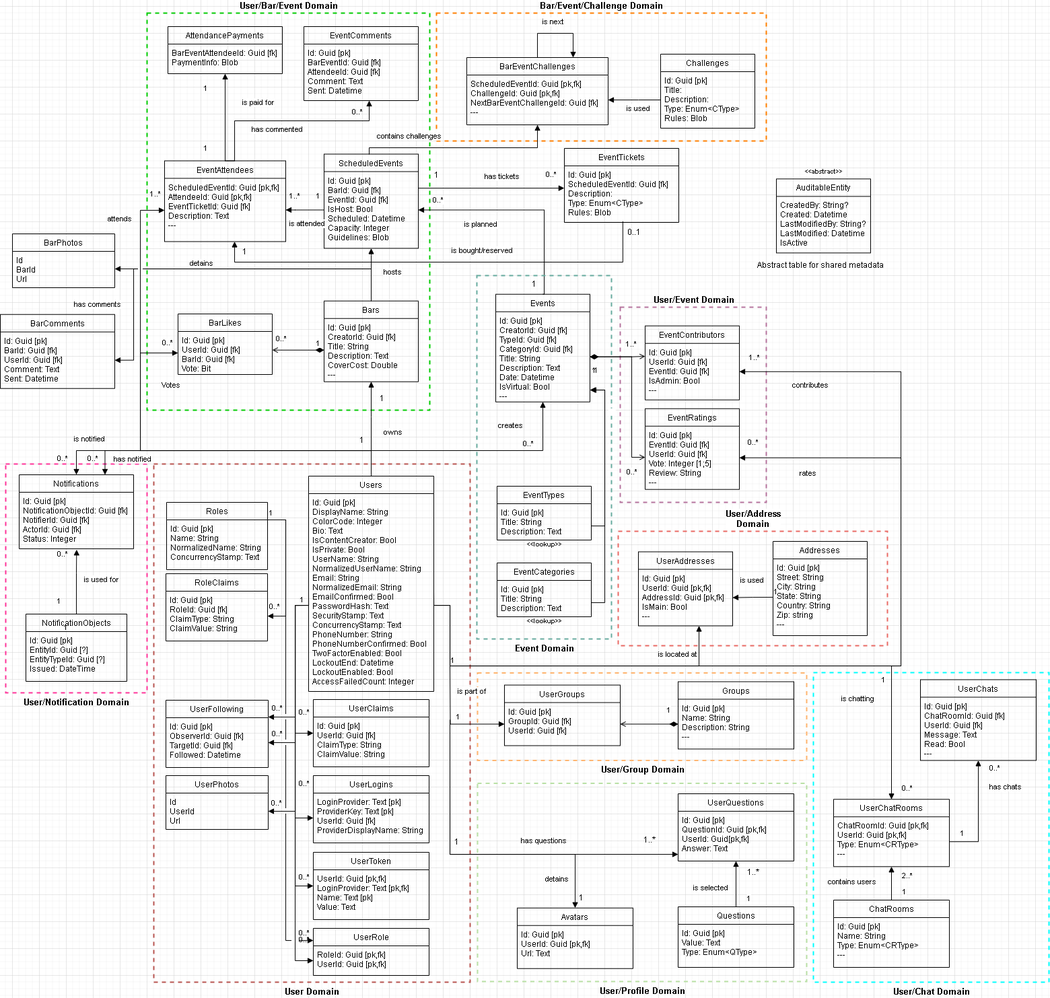
Super0silveR/DowntownApp-CAPSTONE keeps this draw.io diagram as Documentation/Diagrams/Domain/class_uml.drawio.png. Above is the earlier version. Source tidied: cells renumbered, new cells last; positions are measured from the earlier drawing's top-left corner, leaving out a move shared by most shapes.
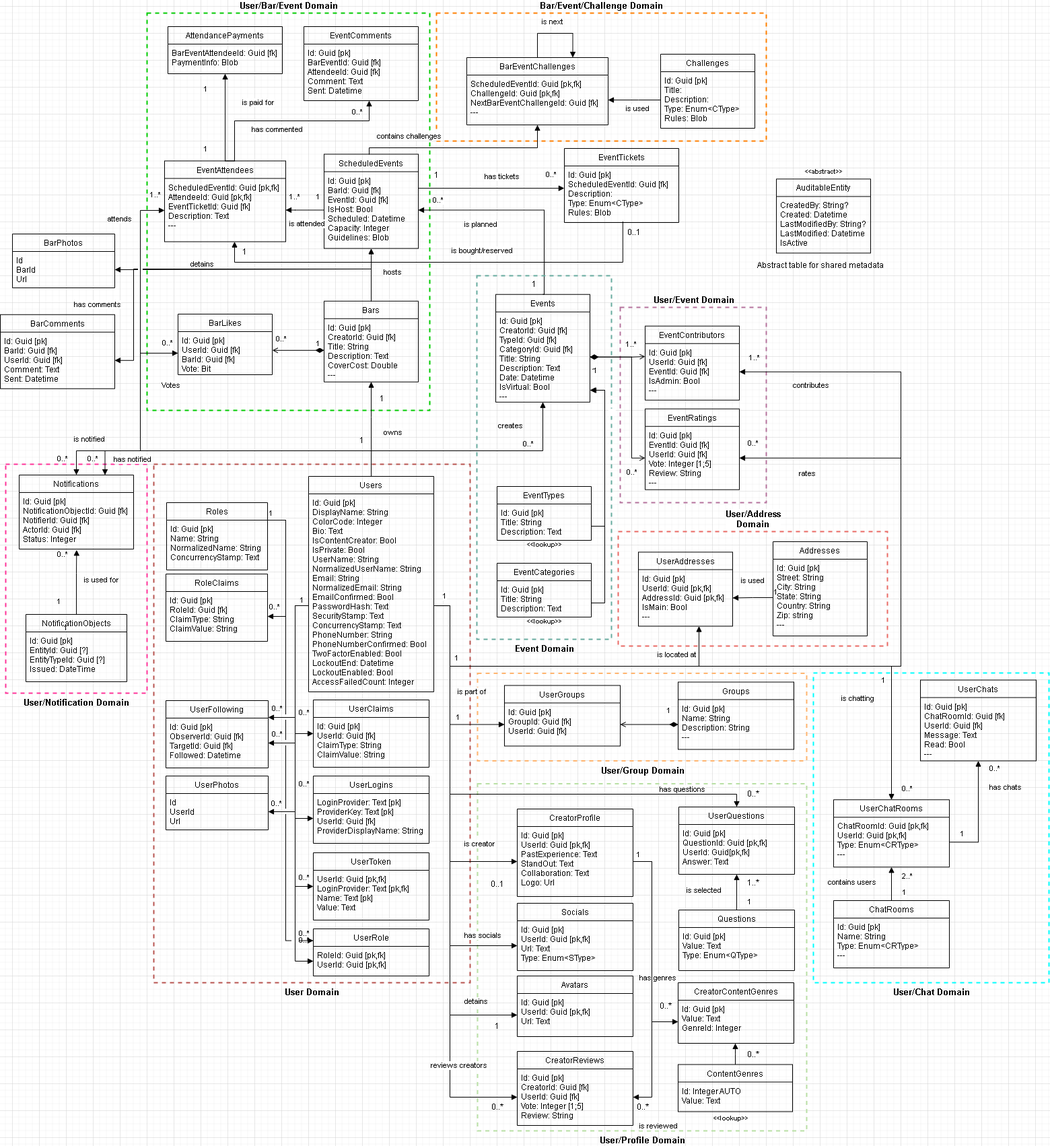
The same file after the commit.

Commit message:
addition to the database schema to acommodate more complete creator profiles.

The edit, as a diff of the source:
```diff
@@ -119,7 +119,7 @@
       <mxGeometry x="918" y="770" width="400" height="170" as="geometry" />
     </mxCell>
     <mxCell id="24" value="&lt;b&gt;&lt;font style=&quot;font-size: 13px;&quot;&gt;User/Profile Domain&lt;/font&gt;&lt;/b&gt;" style="verticalLabelPosition=bottom;verticalAlign=top;html=1;shape=mxgraph.basic.rect;fillColor2=none;strokeWidth=2;size=20;indent=5;fillColor=none;dashed=1;strokeColor=#B9E0A5;" parent="1" vertex="1">
-      <mxGeometry x="709" y="1144.5" width="489" height="294.5" as="geometry" />
+      <mxGeometry x="709" y="1144.5" width="489" height="515.5" as="geometry" />
     </mxCell>
     <mxCell id="25" value="&lt;b&gt;&lt;font style=&quot;font-size: 13px;&quot;&gt;User/Group Domain&lt;/font&gt;&lt;/b&gt;" style="verticalLabelPosition=bottom;verticalAlign=top;html=1;shape=mxgraph.basic.rect;fillColor2=none;strokeWidth=2;size=20;indent=5;fillColor=none;dashed=1;strokeColor=#FFB570;" parent="1" vertex="1">
       <mxGeometry x="709" y="980.5" width="489" height="130" as="geometry" />
@@ -514,25 +514,30 @@
     <mxCell id="117" value="is part of" style="endArrow=block;endFill=1;html=1;edgeStyle=orthogonalEdgeStyle;align=left;verticalAlign=top;rounded=0;entryX=0;entryY=0.5;entryDx=0;entryDy=0;" parent="1" edge="1" target="115">
       <mxGeometry x="-0.71" y="10" relative="1" as="geometry">
         <mxPoint x="668" y="970" as="sourcePoint" />
+        <Array as="points">
+          <mxPoint x="668" y="1057" />
+        </Array>
       </mxGeometry>
     </mxCell>
     <mxCell id="118" value="1" style="edgeLabel;html=1;align=left;verticalAlign=bottom;" parent="117" vertex="1">
-      <mxGeometry x="-1" relative="1" as="geometry" />
+      <mxGeometry x="-1" relative="1" as="geometry">
+        <mxPoint x="6" y="-4" as="offset" />
+      </mxGeometry>
     </mxCell>
     <mxCell id="119" value="UserQuestions" style="swimlane;fontStyle=0;horizontal=1;startSize=26;fillColor=none;labelBackgroundColor=none;" parent="1" vertex="1">
-      <mxGeometry x="1007" y="1160" width="172" height="100" as="geometry" />
+      <mxGeometry x="1008" y="1179" width="172" height="100" as="geometry" />
     </mxCell>
     <mxCell id="120" value="Id: Guid [pk]&#10;QuestionId: Guid [pk,fk]&#10;UserId: Guid[pk,fk]&#10;Answer: Text" style="text;strokeColor=none;fillColor=none;align=left;verticalAlign=top;spacingLeft=4;spacingRight=4;overflow=hidden;points=[[0,0.5],[1,0.5]];portConstraint=eastwest;labelBackgroundColor=none;" parent="119" vertex="1">
       <mxGeometry y="26" width="172" height="74" as="geometry" />
     </mxCell>
     <mxCell id="121" value="Questions" style="swimlane;fontStyle=0;horizontal=1;startSize=26;fillColor=none;labelBackgroundColor=none;" parent="1" vertex="1">
-      <mxGeometry x="1007" y="1328" width="172" height="90" as="geometry" />
+      <mxGeometry x="1008" y="1332" width="172" height="90" as="geometry" />
     </mxCell>
     <mxCell id="122" value="Id: Guid [pk]&#10;Value: Text&#10;Type: Enum&lt;QType&gt;" style="text;strokeColor=none;fillColor=none;align=left;verticalAlign=top;spacingLeft=4;spacingRight=4;overflow=hidden;labelBackgroundColor=none;" parent="121" vertex="1">
       <mxGeometry y="26" width="172" height="64" as="geometry" />
     </mxCell>
     <mxCell id="123" value="is selected" style="endArrow=block;endFill=1;html=1;edgeStyle=orthogonalEdgeStyle;align=left;verticalAlign=top;rounded=0;exitX=0.5;exitY=0;exitDx=0;exitDy=0;" parent="1" edge="1" source="121" target="119">
-      <mxGeometry x="0.2" y="65" relative="1" as="geometry" />
+      <mxGeometry x="0.58" y="76" relative="1" as="geometry" />
     </mxCell>
     <mxCell id="124" value="1" style="edgeLabel;html=1;align=left;verticalAlign=bottom;" parent="123" vertex="1">
       <mxGeometry x="-1" relative="1" as="geometry">
@@ -540,13 +545,14 @@
       </mxGeometry>
     </mxCell>
     <mxCell id="125" value="1..*" style="text;html=1;align=center;verticalAlign=middle;strokeColor=none;fillColor=none;" parent="1" vertex="1">
-      <mxGeometry x="1098" y="1262" width="40" height="30" as="geometry" />
+      <mxGeometry x="1098" y="1277" width="40" height="30" as="geometry" />
     </mxCell>
-    <mxCell id="126" value="has questions" style="endArrow=block;endFill=1;html=1;edgeStyle=orthogonalEdgeStyle;align=left;verticalAlign=top;rounded=0;" parent="1" edge="1" target="120">
-      <mxGeometry x="0.11" y="33" relative="1" as="geometry">
+    <mxCell id="126" value="has questions" style="endArrow=block;endFill=1;html=1;edgeStyle=orthogonalEdgeStyle;align=left;verticalAlign=top;rounded=0;entryX=0.5;entryY=0;entryDx=0;entryDy=0;" parent="1" edge="1" target="119">
+      <mxGeometry x="0.5" y="20" relative="1" as="geometry">
         <mxPoint x="668" y="1060" as="sourcePoint" />
         <Array as="points">
-          <mxPoint x="668" y="1250" />
+          <mxPoint x="668" y="1160" />
+          <mxPoint x="1094" y="1160" />
         </Array>
       </mxGeometry>
     </mxCell>
@@ -555,29 +561,28 @@
         <mxPoint x="8" y="-6" as="offset" />
       </mxGeometry>
     </mxCell>
-    <mxCell id="128" value="1..*" style="text;html=1;align=center;verticalAlign=middle;strokeColor=none;fillColor=none;" parent="1" vertex="1">
-      <mxGeometry x="944" y="1214" width="40" height="30" as="geometry" />
+    <mxCell id="128" value="0..*" style="text;html=1;align=center;verticalAlign=middle;strokeColor=none;fillColor=none;" parent="1" vertex="1">
+      <mxGeometry x="1098" y="1145" width="40" height="30" as="geometry" />
     </mxCell>
     <mxCell id="129" value="Avatars" style="swimlane;fontStyle=0;horizontal=1;startSize=26;fillColor=none;labelBackgroundColor=none;" parent="1" vertex="1">
-      <mxGeometry x="768" y="1329.8" width="172" height="90" as="geometry" />
+      <mxGeometry x="768" y="1430" width="172" height="90" as="geometry" />
     </mxCell>
     <mxCell id="130" value="Id: Guid [pk]&#10;UserId: Guid [pk,fk]&#10;Url: Text" style="text;strokeColor=none;fillColor=none;align=left;verticalAlign=top;spacingLeft=4;spacingRight=4;overflow=hidden;points=[[0,0.5],[1,0.5]];portConstraint=eastwest;labelBackgroundColor=none;" parent="129" vertex="1">
       <mxGeometry y="26" width="172" height="64" as="geometry" />
     </mxCell>
-    <mxCell id="131" value="detains" style="endArrow=block;endFill=1;html=1;edgeStyle=orthogonalEdgeStyle;align=left;verticalAlign=top;rounded=0;entryX=0.5;entryY=0;entryDx=0;entryDy=0;" parent="1" edge="1" target="129">
-      <mxGeometry x="0.76" y="-46" relative="1" as="geometry">
+    <mxCell id="131" value="detains" style="endArrow=block;endFill=1;html=1;edgeStyle=orthogonalEdgeStyle;align=left;verticalAlign=top;rounded=0;entryX=0;entryY=0.5;entryDx=0;entryDy=0;" parent="1" edge="1" target="130">
+      <mxGeometry x="0.51" y="20" relative="1" as="geometry">
         <mxPoint x="668" y="1050" as="sourcePoint" />
         <Array as="points">
-          <mxPoint x="668" y="1250" />
-          <mxPoint x="854" y="1250" />
+          <mxPoint x="668" y="1488" />
         </Array>
       </mxGeometry>
     </mxCell>
     <mxCell id="132" value="1" style="text;html=1;align=center;verticalAlign=middle;strokeColor=none;fillColor=none;" parent="1" vertex="1">
-      <mxGeometry x="848" y="1299.8" width="30" height="30" as="geometry" />
+      <mxGeometry x="723" y="1490" width="30" height="30" as="geometry" />
     </mxCell>
-    <mxCell id="133" value="1" style="text;html=1;align=center;verticalAlign=middle;strokeColor=none;fillColor=none;" parent="1" vertex="1">
-      <mxGeometry x="663" y="1217" width="30" height="30" as="geometry" />
+    <mxCell id="133" value="0..1" style="text;html=1;align=center;verticalAlign=middle;strokeColor=none;fillColor=none;" parent="1" vertex="1">
+      <mxGeometry x="718" y="1279" width="40" height="30" as="geometry" />
     </mxCell>
     <mxCell id="134" value="Bars" style="swimlane;fontStyle=0;horizontal=1;startSize=26;fillColor=none;" parent="1" vertex="1">
       <mxGeometry x="481" y="427.8" width="140" height="120" as="geometry" />
@@ -939,5 +944,118 @@
     <mxCell id="211" value="1" style="text;html=1;align=center;verticalAlign=middle;strokeColor=none;fillColor=none;" parent="1" vertex="1">
       <mxGeometry x="348" y="340" width="30" height="30" as="geometry" />
     </mxCell>
+    <mxCell id="212" value="CreatorProfile" style="swimlane;fontStyle=0;horizontal=1;startSize=26;fillColor=none;labelBackgroundColor=none;" parent="1" vertex="1">
+      <mxGeometry x="768" y="1182" width="172" height="130" as="geometry" />
+    </mxCell>
+    <mxCell id="213" value="Id: Guid [pk]&#10;UserId: Guid [pk,fk]&#10;PastExperience: Text&#10;StandOut: Text&#10;Collaboration: Text&#10;Logo: Url" style="text;strokeColor=none;fillColor=none;align=left;verticalAlign=top;spacingLeft=4;spacingRight=4;overflow=hidden;points=[[0,0.5],[1,0.5]];portConstraint=eastwest;labelBackgroundColor=none;" parent="212" vertex="1">
+      <mxGeometry y="26" width="172" height="104" as="geometry" />
+    </mxCell>
+    <mxCell id="214" value="is creator" style="endArrow=block;endFill=1;html=1;edgeStyle=orthogonalEdgeStyle;align=left;verticalAlign=top;rounded=0;entryX=0;entryY=0.5;entryDx=0;entryDy=0;exitX=1.022;exitY=0.565;exitDx=0;exitDy=0;exitPerimeter=0;" parent="1" edge="1" source="39" target="213">
+      <mxGeometry x="0.44" y="20" relative="1" as="geometry">
+        <Array as="points">
+          <mxPoint x="668" y="880" />
+          <mxPoint x="668" y="1260" />
+        </Array>
+      </mxGeometry>
+    </mxCell>
+    <mxCell id="215" value="1" style="edgeLabel;html=1;align=left;verticalAlign=bottom;" parent="214" vertex="1">
+      <mxGeometry x="-1" relative="1" as="geometry">
+        <mxPoint x="8" y="-6" as="offset" />
+      </mxGeometry>
+    </mxCell>
+    <mxCell id="216" value="Socials" style="swimlane;fontStyle=0;horizontal=1;startSize=26;fillColor=none;labelBackgroundColor=none;" parent="1" vertex="1">
+      <mxGeometry x="768" y="1322" width="172" height="100" as="geometry" />
+    </mxCell>
+    <mxCell id="217" value="Id: Guid [pk]&#10;UserId: Guid [pk,fk]&#10;Url: Text&#10;Type: Enum&lt;SType&gt; " style="text;strokeColor=none;fillColor=none;align=left;verticalAlign=top;spacingLeft=4;spacingRight=4;overflow=hidden;points=[[0,0.5],[1,0.5]];portConstraint=eastwest;labelBackgroundColor=none;" parent="216" vertex="1">
+      <mxGeometry y="26" width="172" height="74" as="geometry" />
+    </mxCell>
+    <mxCell id="218" value="has socials" style="endArrow=block;endFill=1;html=1;edgeStyle=orthogonalEdgeStyle;align=left;verticalAlign=top;rounded=0;entryX=0;entryY=0.5;entryDx=0;entryDy=0;" parent="1" edge="1" target="217">
+      <mxGeometry x="0.59" y="20" relative="1" as="geometry">
+        <mxPoint x="648" y="880" as="sourcePoint" />
+        <Array as="points">
+          <mxPoint x="668" y="880" />
+          <mxPoint x="668" y="1385" />
+        </Array>
+      </mxGeometry>
+    </mxCell>
+    <mxCell id="219" value="1" style="edgeLabel;html=1;align=left;verticalAlign=bottom;" parent="218" vertex="1">
+      <mxGeometry x="-1" relative="1" as="geometry">
+        <mxPoint x="8" y="-6" as="offset" />
+      </mxGeometry>
+    </mxCell>
+    <mxCell id="220" style="group;" parent="1" vertex="1">
+      <mxGeometry x="1007" y="1538.5" width="170" height="123" as="geometry" />
+    </mxCell>
+    <mxCell id="221" style="group;" parent="220" vertex="1">
+      <mxGeometry width="170" height="123" as="geometry" />
+    </mxCell>
+    <mxCell id="222" value="ContentGenres" style="swimlane;fontStyle=0;horizontal=1;startSize=26;fillColor=none;" parent="221" vertex="1">
+      <mxGeometry y="23" width="170" height="70" as="geometry" />
+    </mxCell>
+    <mxCell id="223" value="Id: Integer AUTO&#10;Value: Text" style="text;strokeColor=none;fillColor=none;align=left;verticalAlign=top;spacingLeft=4;spacingRight=4;overflow=hidden;" parent="222" vertex="1">
+      <mxGeometry y="26" width="170" height="44" as="geometry" />
+    </mxCell>
+    <mxCell id="224" value="&amp;lt;&amp;lt;&lt;span style=&quot;font-size: 9px;&quot;&gt;lookup&lt;/span&gt;&amp;gt;&amp;gt;" style="text;html=1;align=center;verticalAlign=middle;strokeColor=none;fillColor=none;fontSize=9;fontStyle=1;labelBackgroundColor=default;" parent="221" vertex="1">
+      <mxGeometry x="42.5" y="93" width="70" height="20" as="geometry" />
+    </mxCell>
+    <mxCell id="225" value="0..*" style="text;html=1;align=center;verticalAlign=middle;strokeColor=none;fillColor=none;" parent="221" vertex="1">
+      <mxGeometry x="91" y="-7" width="40" height="30" as="geometry" />
+    </mxCell>
+    <mxCell id="226" value="CreatorContentGenres" style="swimlane;fontStyle=0;horizontal=1;startSize=26;fillColor=none;labelBackgroundColor=none;" parent="1" vertex="1">
+      <mxGeometry x="1007" y="1440" width="172" height="90" as="geometry" />
+    </mxCell>
+    <mxCell id="227" value="Id: Guid [pk]&#10;Value: Text&#10;GenreId: Integer" style="text;strokeColor=none;fillColor=none;align=left;verticalAlign=top;spacingLeft=4;spacingRight=4;overflow=hidden;points=[[0,0.5],[1,0.5]];portConstraint=eastwest;labelBackgroundColor=none;" parent="226" vertex="1">
+      <mxGeometry y="26" width="172" height="64" as="geometry" />
+    </mxCell>
+    <mxCell id="228" value="has genres" style="endArrow=block;endFill=1;html=1;edgeStyle=orthogonalEdgeStyle;align=left;verticalAlign=top;rounded=0;entryX=0;entryY=0.5;entryDx=0;entryDy=0;exitX=1;exitY=0.5;exitDx=0;exitDy=0;" parent="1" edge="1" source="213" target="227">
+      <mxGeometry x="0.23" y="-20" relative="1" as="geometry">
+        <Array as="points">
+          <mxPoint x="968" y="1260" />
+          <mxPoint x="968" y="1498" />
+        </Array>
+      </mxGeometry>
+    </mxCell>
+    <mxCell id="229" value="0..*" style="text;html=1;align=center;verticalAlign=middle;strokeColor=none;fillColor=none;" parent="1" vertex="1">
+      <mxGeometry x="968" y="1460" width="40" height="30" as="geometry" />
+    </mxCell>
+    <mxCell id="230" value="1" style="edgeLabel;html=1;align=left;verticalAlign=bottom;" parent="1" vertex="1">
+      <mxGeometry x="1119" y="1338" as="geometry">
+        <mxPoint x="-175" y="-80" as="offset" />
+      </mxGeometry>
+    </mxCell>
+    <mxCell id="231" value="CreatorReviews" style="swimlane;fontStyle=0;horizontal=1;startSize=26;fillColor=none;labelBackgroundColor=none;" parent="1" vertex="1">
+      <mxGeometry x="768" y="1542" width="172" height="110" as="geometry" />
+    </mxCell>
+    <mxCell id="232" value="Id: Guid [pk]&#10;CreatorId: Guid [fk]&#10;UserId: Guid [fk]&#10;Vote: Integer [1;5]&#10;Review: String" style="text;strokeColor=none;fillColor=none;align=left;verticalAlign=top;spacingLeft=4;spacingRight=4;overflow=hidden;points=[[0,0.5],[1,0.5]];portConstraint=eastwest;labelBackgroundColor=none;" parent="231" vertex="1">
+      <mxGeometry y="26" width="172" height="84" as="geometry" />
+    </mxCell>
+    <mxCell id="233" value="is reviewed" style="endArrow=block;endFill=1;html=1;edgeStyle=orthogonalEdgeStyle;align=left;verticalAlign=top;rounded=0;entryX=1;entryY=0.5;entryDx=0;entryDy=0;exitX=1;exitY=0.5;exitDx=0;exitDy=0;" parent="1" edge="1" source="213" target="232">
+      <mxGeometry x="0.96" y="30" relative="1" as="geometry">
+        <Array as="points">
+          <mxPoint x="968" y="1260" />
+          <mxPoint x="968" y="1610" />
+        </Array>
+      </mxGeometry>
+    </mxCell>
+    <mxCell id="234" value="0..*" style="text;html=1;align=center;verticalAlign=middle;strokeColor=none;fillColor=none;" parent="1" vertex="1">
+      <mxGeometry x="933.5" y="1610" width="40" height="30" as="geometry" />
+    </mxCell>
+    <mxCell id="235" value="reviews creators" style="endArrow=block;endFill=1;html=1;edgeStyle=orthogonalEdgeStyle;align=left;verticalAlign=top;rounded=0;entryX=0;entryY=0.5;entryDx=0;entryDy=0;" parent="1" edge="1" target="232">
+      <mxGeometry x="0.52" y="-30" relative="1" as="geometry">
+        <mxPoint x="668" y="1050" as="sourcePoint" />
+        <Array as="points">
+          <mxPoint x="668" y="1060" />
+          <mxPoint x="668" y="1610" />
+        </Array>
+      </mxGeometry>
+    </mxCell>
+    <mxCell id="236" value="0..*" style="text;html=1;align=center;verticalAlign=middle;strokeColor=none;fillColor=none;" parent="1" vertex="1">
+      <mxGeometry x="718" y="1610" width="40" height="30" as="geometry" />
+    </mxCell>
+    <mxCell id="237" style="endArrow=block;endFill=1;html=1;edgeStyle=orthogonalEdgeStyle;align=left;verticalAlign=top;rounded=0;exitX=0.5;exitY=0;exitDx=0;exitDy=0;" parent="1" edge="1" source="222">
+      <mxGeometry x="0.58" y="76" relative="1" as="geometry">
+        <mxPoint x="1092" y="1530" as="targetPoint" />
+      </mxGeometry>
+    </mxCell>
   </root>
 </mxGraphModel>
```
